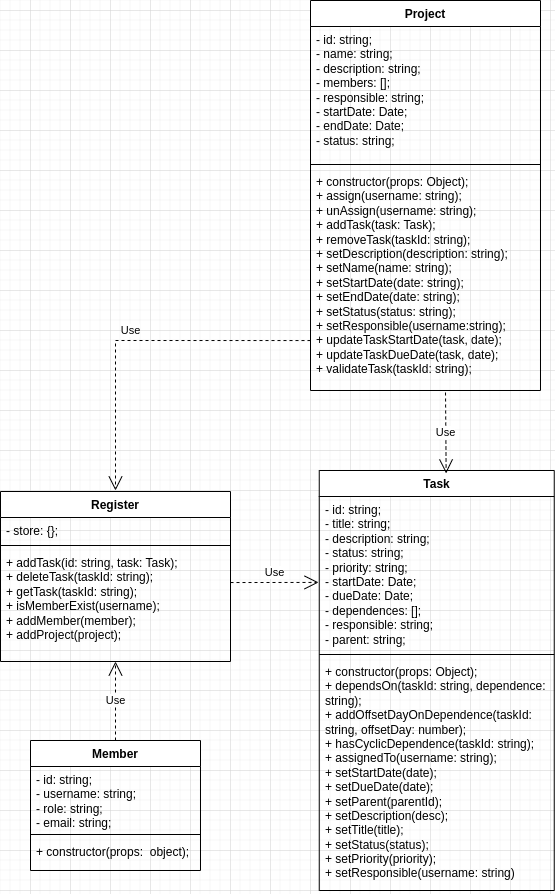
The draw.io diagram docs/model.png in imsp2023/project-management-softwaire, before a commit. Source tidied: cells renumbered, new cells last; positions are measured from the earlier drawing's top-left corner, leaving out a move shared by most shapes.
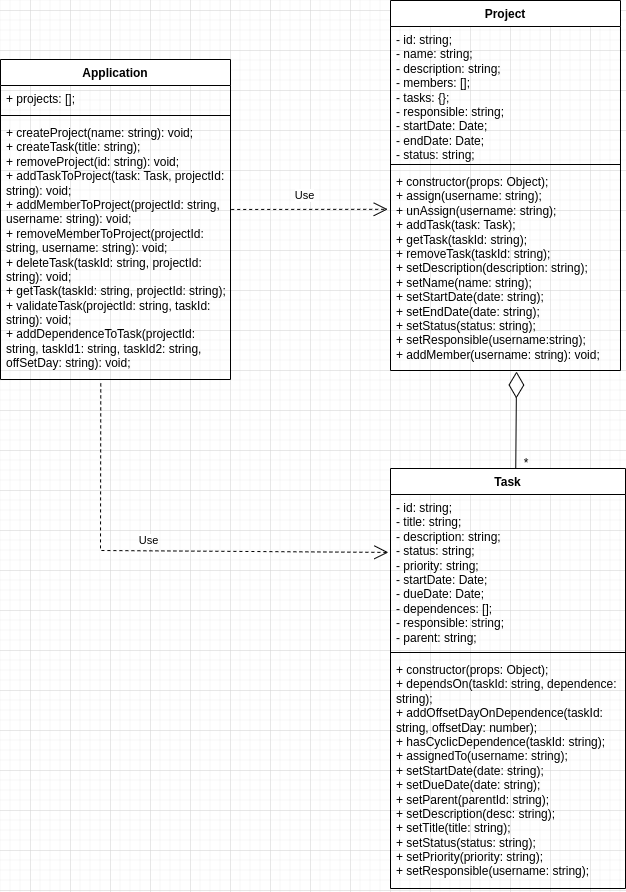
The same file after the commit.

What changed in the source:
```diff
@@ -3,7 +3,7 @@
     <mxCell id="0" />
     <mxCell id="1" parent="0" />
     <mxCell id="2" value="Task" style="swimlane;fontStyle=1;align=center;verticalAlign=top;horizontal=1;startSize=26;whiteSpace=wrap;html=1;" parent="1" vertex="1">
-      <mxGeometry x="318.8" y="470" width="235" height="420" as="geometry" />
+      <mxGeometry x="310" y="468" width="235" height="420" as="geometry" />
     </mxCell>
     <mxCell id="3" value="- id: string;&lt;br&gt;- title: string;&lt;br&gt;- description: string;&lt;br&gt;- status: string;&lt;br&gt;- priority: string;&lt;br&gt;- startDate: Date;&lt;br&gt;- dueDate: Date;&lt;br&gt;- dependences: [];&lt;br&gt;- responsible: string;&lt;br&gt;- parent: string;" style="text;strokeColor=none;fillColor=none;align=left;verticalAlign=top;spacingLeft=4;spacingRight=4;overflow=hidden;points=[[0,0.5],[1,0.5]];portConstraint=eastwest;whiteSpace=wrap;html=1;" parent="2" vertex="1">
       <mxGeometry y="26" width="235" height="154" as="geometry" />
@@ -11,61 +11,49 @@
     <mxCell id="4" style="line;strokeWidth=1;fillColor=none;align=left;verticalAlign=middle;spacingTop=-1;spacingLeft=3;spacingRight=3;labelPosition=right;strokeColor=inherit;" parent="2" vertex="1">
       <mxGeometry y="180" width="235" height="8" as="geometry" />
     </mxCell>
-    <mxCell id="5" value="+ constructor(props: Object);&lt;br&gt;+ dependsOn(taskId: string, dependence: string);&lt;br&gt;+&amp;nbsp;addOffsetDayOnDependence(taskId: string, offsetDay: number);&lt;br&gt;+&amp;nbsp;hasCyclicDependence(taskId: string);&lt;br&gt;+ assignedTo(username: string);&lt;br&gt;+ setStartDate(date);&lt;br&gt;+ setDueDate(date);&lt;br&gt;+ setParent(parentId);&lt;br&gt;+ setDescription(desc);&lt;br&gt;+ setTitle(title);&lt;br&gt;+ setStatus(status);&lt;br&gt;+ setPriority(priority);&lt;br&gt;+ setResponsible(username: string)" style="text;strokeColor=none;fillColor=none;align=left;verticalAlign=top;spacingLeft=4;spacingRight=4;overflow=hidden;whiteSpace=wrap;html=1;" parent="2" vertex="1">
+    <mxCell id="5" value="+ constructor(props: Object);&lt;br&gt;+ dependsOn(taskId: string, dependence: string);&lt;br&gt;+&amp;nbsp;addOffsetDayOnDependence(taskId: string, offsetDay: number);&lt;br&gt;+&amp;nbsp;hasCyclicDependence(taskId: string);&lt;br&gt;+ assignedTo(username: string);&lt;br&gt;+ setStartDate(date: string);&lt;br&gt;+ setDueDate(date: string);&lt;br&gt;+ setParent(parentId: string);&lt;br&gt;+ setDescription(desc: string);&lt;br&gt;+ setTitle(title: string);&lt;br&gt;+ setStatus(status: string);&lt;br&gt;+ setPriority(priority: string);&lt;br&gt;+ setResponsible(username: string);" style="text;strokeColor=none;fillColor=none;align=left;verticalAlign=top;spacingLeft=4;spacingRight=4;overflow=hidden;whiteSpace=wrap;html=1;" parent="2" vertex="1">
       <mxGeometry y="188" width="235" height="232" as="geometry" />
     </mxCell>
     <mxCell id="6" value="Project" style="swimlane;fontStyle=1;align=center;verticalAlign=top;horizontal=1;startSize=26;whiteSpace=wrap;html=1;" parent="1" vertex="1">
-      <mxGeometry x="310" width="230" height="390" as="geometry" />
+      <mxGeometry x="310" width="230" height="370" as="geometry" />
     </mxCell>
-    <mxCell id="7" value="- id: string;&lt;br&gt;- name: string;&lt;br&gt;- description: string;&lt;br&gt;- members: [];&lt;br&gt;- responsible: string;&lt;br&gt;- startDate: Date;&lt;br&gt;- endDate: Date;&lt;br&gt;- status: string;" style="text;strokeColor=none;fillColor=none;align=left;verticalAlign=top;spacingLeft=4;spacingRight=4;overflow=hidden;whiteSpace=wrap;html=1;" parent="6" vertex="1">
+    <mxCell id="7" value="- id: string;&lt;br&gt;- name: string;&lt;br&gt;- description: string;&lt;br&gt;- members: [];&lt;br&gt;- tasks: {};&lt;br&gt;- responsible: string;&lt;br&gt;- startDate: Date;&lt;br&gt;- endDate: Date;&lt;br&gt;- status: string;" style="text;strokeColor=none;fillColor=none;align=left;verticalAlign=top;spacingLeft=4;spacingRight=4;overflow=hidden;whiteSpace=wrap;html=1;" parent="6" vertex="1">
       <mxGeometry y="26" width="230" height="134" as="geometry" />
     </mxCell>
     <mxCell id="8" style="line;strokeWidth=1;fillColor=none;align=left;verticalAlign=middle;spacingTop=-1;spacingLeft=3;spacingRight=3;labelPosition=right;strokeColor=inherit;" parent="6" vertex="1">
       <mxGeometry y="160" width="230" height="8" as="geometry" />
     </mxCell>
-    <mxCell id="9" value="+ constructor(props: Object);&lt;br&gt;+ assign(username: string);&lt;br&gt;+ unAssign(username: string);&lt;br&gt;+ addTask(task: Task);&lt;br&gt;+ removeTask(taskId: string);&lt;br&gt;+ setDescription(description: string);&lt;br&gt;+ setName(name: string);&lt;br&gt;+ setStartDate(date: string);&lt;br&gt;+ setEndDate(date: string);&lt;br&gt;+ setStatus(status: string);&lt;br&gt;+ setResponsible(username:string);&lt;br&gt;+ updateTaskStartDate(task, date);&lt;br&gt;+ updateTaskDueDate(task, date);&lt;br style=&quot;border-color: var(--border-color);&quot;&gt;+ validateTask(taskId: string);" style="text;strokeColor=none;fillColor=none;align=left;verticalAlign=top;spacingLeft=4;spacingRight=4;overflow=hidden;points=[[0,0.5],[1,0.5]];portConstraint=eastwest;whiteSpace=wrap;html=1;" parent="6" vertex="1">
-      <mxGeometry y="168" width="230" height="222" as="geometry" />
+    <mxCell id="9" value="+ constructor(props: Object);&lt;br&gt;+ assign(username: string);&lt;br&gt;+ unAssign(username: string);&lt;br&gt;+ addTask(task: Task);&lt;br&gt;+ getTask(taskId: string);&lt;br&gt;+ removeTask(taskId: string);&lt;br&gt;+ setDescription(description: string);&lt;br&gt;+ setName(name: string);&lt;br&gt;+ setStartDate(date: string);&lt;br&gt;+ setEndDate(date: string);&lt;br&gt;+ setStatus(status: string);&lt;br&gt;+ setResponsible(username:string);&lt;br&gt;+ addMember(username: string): void;" style="text;strokeColor=none;fillColor=none;align=left;verticalAlign=top;spacingLeft=4;spacingRight=4;overflow=hidden;points=[[0,0.5],[1,0.5]];portConstraint=eastwest;whiteSpace=wrap;html=1;" parent="6" vertex="1">
+      <mxGeometry y="168" width="230" height="202" as="geometry" />
     </mxCell>
-    <mxCell id="10" value="Member" style="swimlane;fontStyle=1;align=center;verticalAlign=top;horizontal=1;startSize=26;whiteSpace=wrap;html=1;" parent="1" vertex="1">
-      <mxGeometry x="30" y="740" width="170" height="130" as="geometry" />
-    </mxCell>
-    <mxCell id="11" value="- id: string;&lt;br&gt;- username: string;&lt;br&gt;- role: string;&lt;br&gt;- email: string;" style="text;strokeColor=none;fillColor=none;align=left;verticalAlign=top;spacingLeft=4;spacingRight=4;overflow=hidden;whiteSpace=wrap;html=1;" parent="10" vertex="1">
-      <mxGeometry y="26" width="170" height="64" as="geometry" />
-    </mxCell>
-    <mxCell id="12" style="line;strokeWidth=1;fillColor=none;align=left;verticalAlign=middle;spacingTop=-1;spacingLeft=3;spacingRight=3;labelPosition=right;strokeColor=inherit;" parent="10" vertex="1">
-      <mxGeometry y="90" width="170" height="8" as="geometry" />
-    </mxCell>
-    <mxCell id="13" value="+ constructor(props:&amp;nbsp; object);&lt;br&gt;" style="text;strokeColor=none;fillColor=none;align=left;verticalAlign=top;spacingLeft=4;spacingRight=4;overflow=hidden;whiteSpace=wrap;html=1;" parent="10" vertex="1">
-      <mxGeometry y="98" width="170" height="32" as="geometry" />
-    </mxCell>
-    <mxCell id="14" value="Register" style="swimlane;fontStyle=1;align=center;verticalAlign=top;horizontal=1;startSize=26;whiteSpace=wrap;html=1;" parent="1" vertex="1">
-      <mxGeometry y="491" width="230" height="170" as="geometry" />
-    </mxCell>
-    <mxCell id="15" value="- store: {};" style="text;strokeColor=none;fillColor=none;align=left;verticalAlign=top;spacingLeft=4;spacingRight=4;overflow=hidden;whiteSpace=wrap;html=1;" parent="14" vertex="1">
-      <mxGeometry y="26" width="230" height="24" as="geometry" />
-    </mxCell>
-    <mxCell id="16" style="line;strokeWidth=1;fillColor=none;align=left;verticalAlign=middle;spacingTop=-1;spacingLeft=3;spacingRight=3;labelPosition=right;strokeColor=inherit;" parent="14" vertex="1">
-      <mxGeometry y="50" width="230" height="8" as="geometry" />
-    </mxCell>
-    <mxCell id="17" value="+ addTask(id: string, task: Task);&lt;br&gt;+ deleteTask(taskId: string);&lt;br&gt;+ getTask(taskId: string);&lt;br&gt;+ isMemberExist(username);&lt;br&gt;+ addMember(member);&lt;br&gt;+ addProject(project);" style="text;strokeColor=none;fillColor=none;align=left;verticalAlign=top;spacingLeft=4;spacingRight=4;overflow=hidden;points=[[0,0.5],[1,0.5]];portConstraint=eastwest;whiteSpace=wrap;html=1;" parent="14" vertex="1">
-      <mxGeometry y="58" width="230" height="112" as="geometry" />
-    </mxCell>
-    <mxCell id="18" value="Use" style="endArrow=open;endSize=12;dashed=1;html=1;rounded=0;exitX=0;exitY=0.775;exitDx=0;exitDy=0;exitPerimeter=0;" parent="1" edge="1" source="9">
-      <mxGeometry x="0.04" y="-10" relative="1" as="geometry">
-        <mxPoint x="115" y="490" as="targetPoint" />
-        <Array as="points">
-          <mxPoint x="115" y="340" />
-        </Array>
-      </mxGeometry>
-    </mxCell>
-    <mxCell id="19" value="Use" style="endArrow=open;endSize=12;dashed=1;html=1;rounded=0;entryX=0.54;entryY=0.007;entryDx=0;entryDy=0;entryPerimeter=0;exitX=0.587;exitY=1.009;exitDx=0;exitDy=0;exitPerimeter=0;" parent="1" edge="1" source="9" target="2">
-      <mxGeometry relative="1" as="geometry" />
-    </mxCell>
-    <mxCell id="20" value="Use" style="endArrow=open;endSize=12;dashed=1;html=1;rounded=0;" parent="1" edge="1" source="10" target="17">
-      <mxGeometry relative="1" as="geometry" />
-    </mxCell>
-    <mxCell id="21" value="Use" style="endArrow=open;endSize=12;dashed=1;html=1;rounded=0;entryX=-0.003;entryY=0.558;entryDx=0;entryDy=0;exitX=1;exitY=0.295;exitDx=0;exitDy=0;exitPerimeter=0;entryPerimeter=0;" parent="1" edge="1" source="17" target="3">
-      <mxGeometry x="-0.01" y="10" relative="1" as="geometry" />
-    </mxCell>
+    <mxCell id="22" style="endArrow=diamondThin;endFill=0;endSize=24;html=1;rounded=0;exitX=0.533;exitY=0;exitDx=0;exitDy=0;exitPerimeter=0;entryX=0.548;entryY=1.005;entryDx=0;entryDy=0;entryPerimeter=0;" parent="1" edge="1" source="2" target="9">
+      <mxGeometry relative="1" as="geometry" />
+    </mxCell>
+    <mxCell id="23" value="*" style="text;html=1;strokeColor=none;fillColor=none;align=center;verticalAlign=middle;whiteSpace=wrap;rounded=0;" parent="1" vertex="1">
+      <mxGeometry x="436" y="458" width="20" height="10" as="geometry" />
+    </mxCell>
+    <mxCell id="24" value="Application" style="swimlane;fontStyle=1;align=center;verticalAlign=top;horizontal=1;startSize=26;whiteSpace=wrap;html=1;" parent="1" vertex="1">
+      <mxGeometry x="-80" y="59" width="230" height="320" as="geometry" />
+    </mxCell>
+    <mxCell id="25" value="+ projects: [];" style="text;strokeColor=none;fillColor=none;align=left;verticalAlign=top;spacingLeft=4;spacingRight=4;overflow=hidden;whiteSpace=wrap;html=1;" parent="24" vertex="1">
+      <mxGeometry y="26" width="230" height="26" as="geometry" />
+    </mxCell>
+    <mxCell id="26" style="line;strokeWidth=1;fillColor=none;align=left;verticalAlign=middle;spacingTop=-1;spacingLeft=3;spacingRight=3;labelPosition=right;strokeColor=inherit;" parent="24" vertex="1">
+      <mxGeometry y="52" width="230" height="8" as="geometry" />
+    </mxCell>
+    <mxCell id="27" value="+ createProject(name: string): void;&lt;br&gt;+ createTask(title: string);&lt;br&gt;+ removeProject(id: string): void;&lt;br&gt;+ addTaskToProject(task: Task, projectId: string): void;&lt;br&gt;+ addMemberToProject(projectId: string, username: string): void;&lt;br&gt;+ removeMemberToProject(projectId: string, username: string): void;&lt;br&gt;+ deleteTask(taskId: string, projectId: string): void;&lt;br&gt;+ getTask(taskId: string, projectId: string);&lt;br&gt;+ validateTask(projectId: string, taskId: string): void;&lt;br&gt;+ addDependenceToTask(projectId: string, taskId1: string, taskId2: string, offSetDay: string): void;" style="text;strokeColor=none;fillColor=none;align=left;verticalAlign=top;spacingLeft=4;spacingRight=4;overflow=hidden;points=[[0,0.5],[1,0.5]];portConstraint=eastwest;whiteSpace=wrap;html=1;" parent="24" vertex="1">
+      <mxGeometry y="60" width="230" height="260" as="geometry" />
+    </mxCell>
+    <mxCell id="28" value="Use" style="endArrow=open;endSize=12;dashed=1;html=1;rounded=0;exitX=1.003;exitY=0.346;exitDx=0;exitDy=0;exitPerimeter=0;entryX=-0.012;entryY=0.202;entryDx=0;entryDy=0;entryPerimeter=0;" parent="1" edge="1" source="27" target="9">
+      <mxGeometry x="-0.06" y="14" relative="1" as="geometry" />
+    </mxCell>
+    <mxCell id="29" value="Use" style="endArrow=open;endSize=12;dashed=1;html=1;rounded=0;entryX=-0.009;entryY=0.376;entryDx=0;entryDy=0;entryPerimeter=0;exitX=0.436;exitY=1.015;exitDx=0;exitDy=0;exitPerimeter=0;" parent="1" edge="1" source="27" target="3">
+      <mxGeometry x="-0.06" y="10" relative="1" as="geometry">
+        <Array as="points">
+          <mxPoint x="20" y="550" />
+        </Array>
+        <mxPoint x="1" as="offset" />
+      </mxGeometry>
+    </mxCell>
   </root>
 </mxGraphModel>
```
